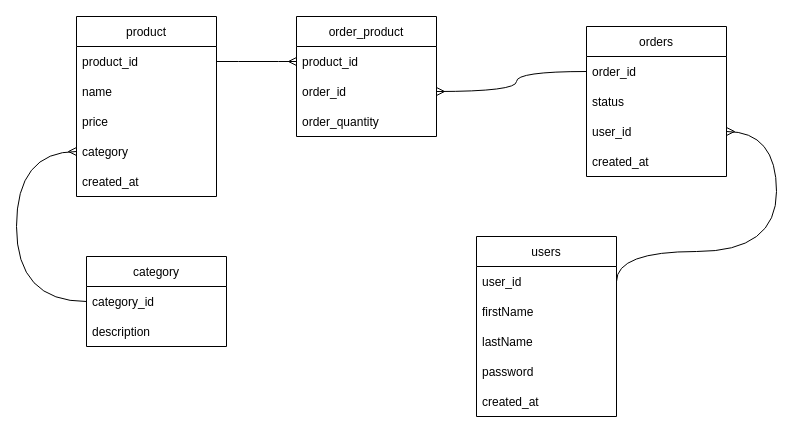
Earlier version of the draw.io diagram schema.drawio (x3bodee/Storefront-Backend). Source tidied: cells renumbered, new cells numbered last; positions are measured from the earlier drawing's top-left corner, leaving out a move shared by most shapes. Both pictures are drawn from the tidied source at 100%, with x=0, y=0 at pixel (16, 16).
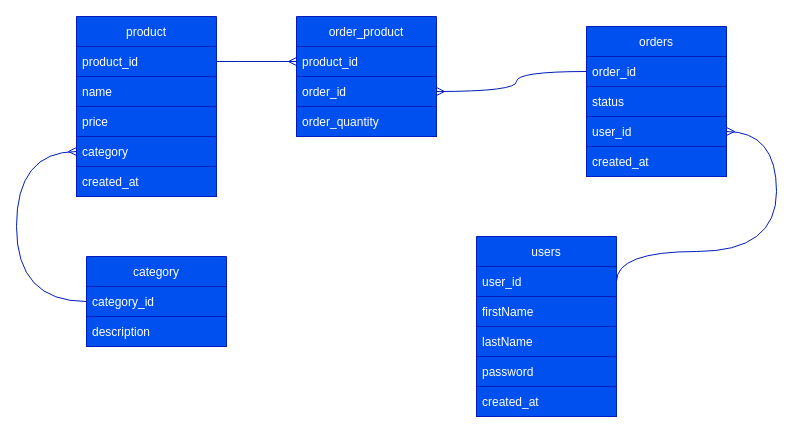
Above is the later version.

The edit, as a diff of the source:
```diff
@@
-    <mxCell id="2" value="product" style="swimlane;fontStyle=0;horizontal=1;startSize=30;" parent="1" vertex="1">
+    <mxCell id="2" value="product" style="swimlane;fontStyle=0;horizontal=1;startSize=30;fillColor=#0050ef;strokeColor=#001DBC;fontColor=#ffffff;" parent="1" vertex="1">
       <mxGeometry x="60" width="140" height="180" as="geometry" />
     </mxCell>
-    <mxCell id="3" value="product_id" style="text;strokeColor=none;fillColor=none;align=left;verticalAlign=middle;spacingLeft=4;spacingRight=4;overflow=hidden;points=[[0,0.5],[1,0.5]];portConstraint=eastwest;" parent="2" vertex="1">
+    <mxCell id="3" value="product_id" style="text;strokeColor=#001DBC;fillColor=#0050ef;align=left;verticalAlign=middle;spacingLeft=4;spacingRight=4;overflow=hidden;points=[[0,0.5],[1,0.5]];portConstraint=eastwest;fontColor=#ffffff;" parent="2" vertex="1">
       <mxGeometry y="30" width="140" height="30" as="geometry" />
     </mxCell>
-    <mxCell id="4" value="name" style="text;strokeColor=none;fillColor=none;align=left;verticalAlign=middle;spacingLeft=4;spacingRight=4;overflow=hidden;" parent="2" vertex="1">
+    <mxCell id="4" value="name" style="text;strokeColor=#001DBC;fillColor=#0050ef;align=left;verticalAlign=middle;spacingLeft=4;spacingRight=4;overflow=hidden;fontColor=#ffffff;" parent="2" vertex="1">
       <mxGeometry y="60" width="140" height="30" as="geometry" />
     </mxCell>
-    <mxCell id="5" value="price" style="text;strokeColor=none;fillColor=none;align=left;verticalAlign=middle;spacingLeft=4;spacingRight=4;overflow=hidden;" parent="2" vertex="1">
+    <mxCell id="5" value="price" style="text;strokeColor=#001DBC;fillColor=#0050ef;align=left;verticalAlign=middle;spacingLeft=4;spacingRight=4;overflow=hidden;fontColor=#ffffff;" parent="2" vertex="1">
       <mxGeometry y="90" width="140" height="30" as="geometry" />
     </mxCell>
-    <mxCell id="6" value="category" style="text;strokeColor=none;fillColor=none;align=left;verticalAlign=middle;spacingLeft=4;spacingRight=4;overflow=hidden;points=[[0,0.5],[1,0.5]];portConstraint=eastwest;" parent="2" vertex="1">
+    <mxCell id="6" value="category" style="text;strokeColor=#001DBC;fillColor=#0050ef;align=left;verticalAlign=middle;spacingLeft=4;spacingRight=4;overflow=hidden;points=[[0,0.5],[1,0.5]];portConstraint=eastwest;fontColor=#ffffff;" parent="2" vertex="1">
       <mxGeometry y="120" width="140" height="30" as="geometry" />
     </mxCell>
-    <mxCell id="7" value="created_at" style="text;strokeColor=none;fillColor=none;align=left;verticalAlign=middle;spacingLeft=4;spacingRight=4;overflow=hidden;" parent="2" vertex="1">
+    <mxCell id="7" value="created_at" style="text;strokeColor=#001DBC;fillColor=#0050ef;align=left;verticalAlign=middle;spacingLeft=4;spacingRight=4;overflow=hidden;fontColor=#ffffff;" parent="2" vertex="1">
       <mxGeometry y="150" width="140" height="30" as="geometry" />
     </mxCell>
-    <mxCell id="8" value="users" style="swimlane;fontStyle=0;horizontal=1;startSize=30;" parent="1" vertex="1">
+    <mxCell id="8" value="users" style="swimlane;fontStyle=0;horizontal=1;startSize=30;fillColor=#0050ef;fontColor=#ffffff;strokeColor=#001DBC;" parent="1" vertex="1">
       <mxGeometry x="460" y="220" width="140" height="180" as="geometry" />
     </mxCell>
-    <mxCell id="9" value="user_id" style="text;strokeColor=none;fillColor=none;align=left;verticalAlign=middle;spacingLeft=4;spacingRight=4;overflow=hidden;points=[[0,0.5],[1,0.5]];portConstraint=eastwest;" parent="8" vertex="1">
+    <mxCell id="9" value="user_id" style="text;strokeColor=#001DBC;fillColor=#0050ef;align=left;verticalAlign=middle;spacingLeft=4;spacingRight=4;overflow=hidden;points=[[0,0.5],[1,0.5]];portConstraint=eastwest;fontColor=#ffffff;" parent="8" vertex="1">
       <mxGeometry y="30" width="140" height="30" as="geometry" />
     </mxCell>
-    <mxCell id="10" value="firstName" style="text;strokeColor=none;fillColor=none;align=left;verticalAlign=middle;spacingLeft=4;spacingRight=4;overflow=hidden;" parent="8" vertex="1">
+    <mxCell id="10" value="firstName" style="text;strokeColor=#001DBC;fillColor=#0050ef;align=left;verticalAlign=middle;spacingLeft=4;spacingRight=4;overflow=hidden;fontColor=#ffffff;" parent="8" vertex="1">
       <mxGeometry y="60" width="140" height="30" as="geometry" />
     </mxCell>
-    <mxCell id="11" value="lastName" style="text;strokeColor=none;fillColor=none;align=left;verticalAlign=middle;spacingLeft=4;spacingRight=4;overflow=hidden;" parent="8" vertex="1">
+    <mxCell id="11" value="lastName" style="text;strokeColor=#001DBC;fillColor=#0050ef;align=left;verticalAlign=middle;spacingLeft=4;spacingRight=4;overflow=hidden;fontColor=#ffffff;" parent="8" vertex="1">
       <mxGeometry y="90" width="140" height="30" as="geometry" />
     </mxCell>
-    <mxCell id="12" value="password" style="text;strokeColor=none;fillColor=none;align=left;verticalAlign=middle;spacingLeft=4;spacingRight=4;overflow=hidden;" parent="8" vertex="1">
+    <mxCell id="12" value="password" style="text;strokeColor=#001DBC;fillColor=#0050ef;align=left;verticalAlign=middle;spacingLeft=4;spacingRight=4;overflow=hidden;fontColor=#ffffff;" parent="8" vertex="1">
       <mxGeometry y="120" width="140" height="30" as="geometry" />
     </mxCell>
-    <mxCell id="13" value="created_at" style="text;strokeColor=none;fillColor=none;align=left;verticalAlign=middle;spacingLeft=4;spacingRight=4;overflow=hidden;" parent="8" vertex="1">
+    <mxCell id="13" value="created_at" style="text;strokeColor=#001DBC;fillColor=#0050ef;align=left;verticalAlign=middle;spacingLeft=4;spacingRight=4;overflow=hidden;fontColor=#ffffff;" parent="8" vertex="1">
       <mxGeometry y="150" width="140" height="30" as="geometry" />
     </mxCell>
-    <mxCell id="14" value="orders" style="swimlane;fontStyle=0;horizontal=1;startSize=30;" parent="1" vertex="1">
+    <mxCell id="14" value="orders" style="swimlane;fontStyle=0;horizontal=1;startSize=30;fillColor=#0050ef;fontColor=#ffffff;strokeColor=#001DBC;" parent="1" vertex="1">
       <mxGeometry x="570" y="10" width="140" height="150" as="geometry" />
     </mxCell>
-    <mxCell id="15" value="order_id" style="text;strokeColor=none;fillColor=none;align=left;verticalAlign=middle;spacingLeft=4;spacingRight=4;overflow=hidden;points=[[0,0.5],[1,0.5]];portConstraint=eastwest;" parent="14" vertex="1">
+    <mxCell id="15" value="order_id" style="text;strokeColor=#001DBC;fillColor=#0050ef;align=left;verticalAlign=middle;spacingLeft=4;spacingRight=4;overflow=hidden;points=[[0,0.5],[1,0.5]];portConstraint=eastwest;fontColor=#ffffff;" parent="14" vertex="1">
       <mxGeometry y="30" width="140" height="30" as="geometry" />
     </mxCell>
-    <mxCell id="16" value="status" style="text;strokeColor=none;fillColor=none;align=left;verticalAlign=middle;spacingLeft=4;spacingRight=4;overflow=hidden;" parent="14" vertex="1">
+    <mxCell id="16" value="status" style="text;strokeColor=#001DBC;fillColor=#0050ef;align=left;verticalAlign=middle;spacingLeft=4;spacingRight=4;overflow=hidden;fontColor=#ffffff;" parent="14" vertex="1">
       <mxGeometry y="60" width="140" height="30" as="geometry" />
     </mxCell>
-    <mxCell id="17" value="user_id" style="text;strokeColor=none;fillColor=none;align=left;verticalAlign=middle;spacingLeft=4;spacingRight=4;overflow=hidden;points=[[0,0.5],[1,0.5]];portConstraint=eastwest;" parent="14" vertex="1">
+    <mxCell id="17" value="user_id" style="text;strokeColor=#001DBC;fillColor=#0050ef;align=left;verticalAlign=middle;spacingLeft=4;spacingRight=4;overflow=hidden;points=[[0,0.5],[1,0.5]];portConstraint=eastwest;fontColor=#ffffff;" parent="14" vertex="1">
       <mxGeometry y="90" width="140" height="30" as="geometry" />
     </mxCell>
-    <mxCell id="18" value="created_at" style="text;strokeColor=none;fillColor=none;align=left;verticalAlign=middle;spacingLeft=4;spacingRight=4;overflow=hidden;" parent="14" vertex="1">
+    <mxCell id="18" value="created_at" style="text;strokeColor=#001DBC;fillColor=#0050ef;align=left;verticalAlign=middle;spacingLeft=4;spacingRight=4;overflow=hidden;fontColor=#ffffff;" parent="14" vertex="1">
       <mxGeometry y="120" width="140" height="30" as="geometry" />
     </mxCell>
-    <mxCell id="19" value="order_product" style="swimlane;fontStyle=0;horizontal=1;startSize=30;" parent="1" vertex="1">
+    <mxCell id="19" value="order_product" style="swimlane;fontStyle=0;horizontal=1;startSize=30;fillColor=#0050ef;fontColor=#ffffff;strokeColor=#001DBC;" parent="1" vertex="1">
       <mxGeometry x="280" width="140" height="120" as="geometry" />
     </mxCell>
-    <mxCell id="20" value="product_id" style="text;strokeColor=none;fillColor=none;align=left;verticalAlign=middle;spacingLeft=4;spacingRight=4;overflow=hidden;points=[[0,0.5],[1,0.5]];portConstraint=eastwest;" parent="19" vertex="1">
+    <mxCell id="20" value="product_id" style="text;strokeColor=#001DBC;fillColor=#0050ef;align=left;verticalAlign=middle;spacingLeft=4;spacingRight=4;overflow=hidden;points=[[0,0.5],[1,0.5]];portConstraint=eastwest;fontColor=#ffffff;" parent="19" vertex="1">
       <mxGeometry y="30" width="140" height="30" as="geometry" />
     </mxCell>
-    <mxCell id="21" value="order_id" style="text;strokeColor=none;fillColor=none;align=left;verticalAlign=middle;spacingLeft=4;spacingRight=4;overflow=hidden;points=[[0,0.5],[1,0.5]];portConstraint=eastwest;" parent="19" vertex="1">
+    <mxCell id="21" value="order_id" style="text;strokeColor=#001DBC;fillColor=#0050ef;align=left;verticalAlign=middle;spacingLeft=4;spacingRight=4;overflow=hidden;points=[[0,0.5],[1,0.5]];portConstraint=eastwest;fontColor=#ffffff;" parent="19" vertex="1">
       <mxGeometry y="60" width="140" height="30" as="geometry" />
     </mxCell>
-    <mxCell id="22" value="order_quantity" style="text;strokeColor=none;fillColor=none;align=left;verticalAlign=middle;spacingLeft=4;spacingRight=4;overflow=hidden;" parent="19" vertex="1">
+    <mxCell id="22" value="order_quantity" style="text;strokeColor=#001DBC;fillColor=#0050ef;align=left;verticalAlign=middle;spacingLeft=4;spacingRight=4;overflow=hidden;fontColor=#ffffff;" parent="19" vertex="1">
       <mxGeometry y="90" width="140" height="30" as="geometry" />
     </mxCell>
-    <mxCell id="23" style="edgeStyle=orthogonalEdgeStyle;html=1;entryX=1;entryY=0.5;entryDx=0;entryDy=0;endArrow=ERmany;endFill=0;exitX=1;exitY=0.5;exitDx=0;exitDy=0;curved=1;" parent="1" edge="1" source="9" target="17">
+    <mxCell id="23" style="edgeStyle=orthogonalEdgeStyle;html=1;entryX=1;entryY=0.5;entryDx=0;entryDy=0;endArrow=ERmany;endFill=0;exitX=1;exitY=0.5;exitDx=0;exitDy=0;curved=1;fillColor=#0050ef;strokeColor=#001DBC;" parent="1" edge="1" source="9" target="17">
       <mxGeometry relative="1" as="geometry">
         <Array as="points">
           <mxPoint x="600" y="235" />
           <mxPoint x="760" y="235" />
           <mxPoint x="760" y="115" />
         </Array>
       </mxGeometry>
     </mxCell>
-    <mxCell id="24" style="edgeStyle=orthogonalEdgeStyle;curved=1;html=1;exitX=0;exitY=0.5;exitDx=0;exitDy=0;endArrow=ERmany;endFill=0;entryX=1;entryY=0.5;entryDx=0;entryDy=0;" parent="1" edge="1" source="15" target="21">
+    <mxCell id="24" style="edgeStyle=orthogonalEdgeStyle;curved=1;html=1;exitX=0;exitY=0.5;exitDx=0;exitDy=0;endArrow=ERmany;endFill=0;entryX=1;entryY=0.5;entryDx=0;entryDy=0;fillColor=#0050ef;strokeColor=#001DBC;" parent="1" edge="1" source="15" target="21">
       <mxGeometry relative="1" as="geometry">
         <Array as="points">
           <mxPoint x="500" y="55" />
           <mxPoint x="500" y="75" />
         </Array>
       </mxGeometry>
     </mxCell>
-    <mxCell id="25" style="edgeStyle=orthogonalEdgeStyle;curved=1;html=1;exitX=1;exitY=0.5;exitDx=0;exitDy=0;entryX=0;entryY=0.5;entryDx=0;entryDy=0;endArrow=ERmany;endFill=0;" parent="1" edge="1" source="3" target="20">
+    <mxCell id="25" style="edgeStyle=orthogonalEdgeStyle;curved=1;html=1;exitX=1;exitY=0.5;exitDx=0;exitDy=0;entryX=0;entryY=0.5;entryDx=0;entryDy=0;endArrow=ERmany;endFill=0;fillColor=#0050ef;strokeColor=#001DBC;" parent="1" edge="1" source="3" target="20">
       <mxGeometry relative="1" as="geometry">
         <Array as="points">
           <mxPoint x="245" y="45" />
           <mxPoint x="245" y="45" />
         </Array>
       </mxGeometry>
     </mxCell>
-    <mxCell id="26" value="category" style="swimlane;fontStyle=0;horizontal=1;startSize=30;" parent="1" vertex="1">
+    <mxCell id="26" value="category" style="swimlane;fontStyle=0;horizontal=1;startSize=30;fillColor=#0050ef;fontColor=#ffffff;strokeColor=#001DBC;" parent="1" vertex="1">
       <mxGeometry x="70" y="240" width="140" height="90" as="geometry" />
     </mxCell>
-    <mxCell id="27" value="category_id" style="text;strokeColor=none;fillColor=none;align=left;verticalAlign=middle;spacingLeft=4;spacingRight=4;overflow=hidden;points=[[0,0.5],[1,0.5]];portConstraint=eastwest;" parent="26" vertex="1">
+    <mxCell id="27" value="category_id" style="text;strokeColor=#001DBC;fillColor=#0050ef;align=left;verticalAlign=middle;spacingLeft=4;spacingRight=4;overflow=hidden;points=[[0,0.5],[1,0.5]];portConstraint=eastwest;fontColor=#ffffff;" parent="26" vertex="1">
       <mxGeometry y="30" width="140" height="30" as="geometry" />
     </mxCell>
-    <mxCell id="28" value="description" style="text;strokeColor=none;fillColor=none;align=left;verticalAlign=middle;spacingLeft=4;spacingRight=4;overflow=hidden;" parent="26" vertex="1">
+    <mxCell id="28" value="description" style="text;strokeColor=#001DBC;fillColor=#0050ef;align=left;verticalAlign=middle;spacingLeft=4;spacingRight=4;overflow=hidden;fontColor=#ffffff;" parent="26" vertex="1">
       <mxGeometry y="60" width="140" height="30" as="geometry" />
     </mxCell>
-    <mxCell id="29" style="edgeStyle=orthogonalEdgeStyle;curved=1;html=1;exitX=0;exitY=0.5;exitDx=0;exitDy=0;entryX=0;entryY=0.5;entryDx=0;entryDy=0;endArrow=ERmany;endFill=0;" parent="1" edge="1" source="27" target="6">
+    <mxCell id="29" style="edgeStyle=orthogonalEdgeStyle;curved=1;html=1;exitX=0;exitY=0.5;exitDx=0;exitDy=0;entryX=0;entryY=0.5;entryDx=0;entryDy=0;endArrow=ERmany;endFill=0;fillColor=#0050ef;strokeColor=#001DBC;" parent="1" edge="1" source="27" target="6">
       <mxGeometry relative="1" as="geometry">
         <Array as="points">
           <mxPoint y="285" />
           <mxPoint y="135" />
         </Array>
       </mxGeometry>
     </mxCell>
```
